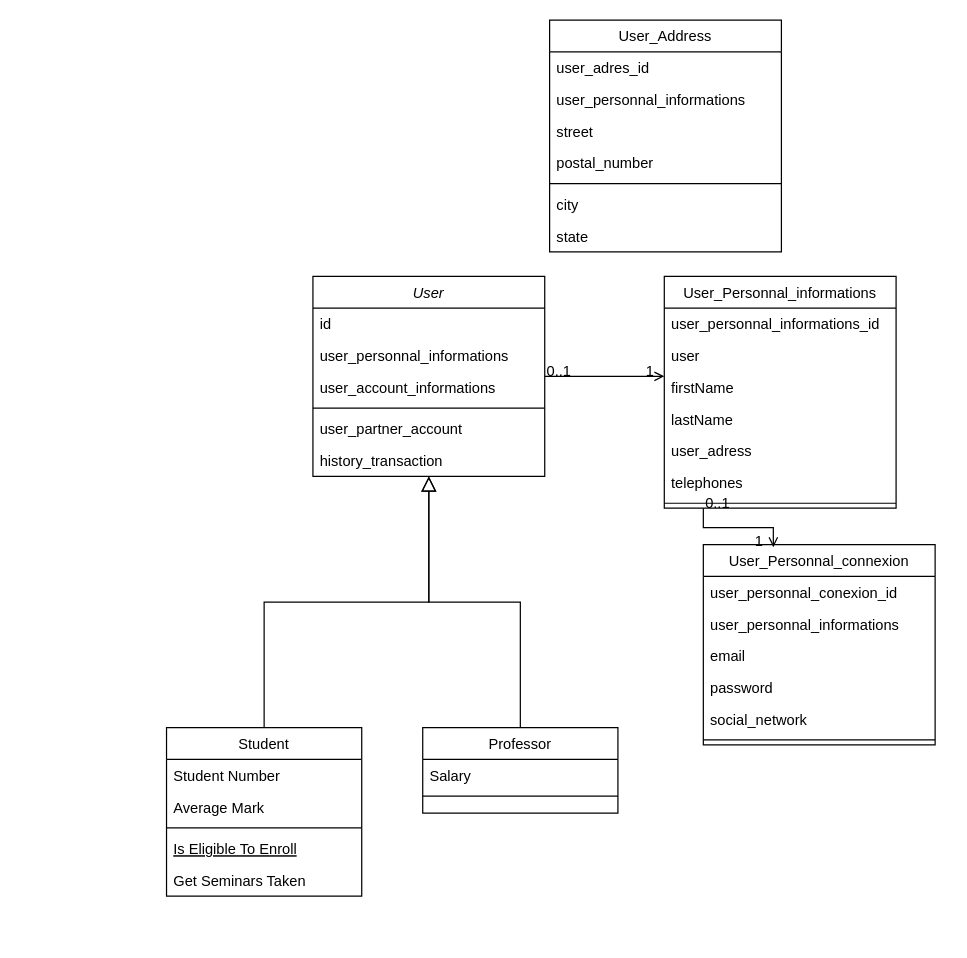
Above: Untitled Diagram.drawio in jojodev77/p6 (draw.io), before the change. Source tidied: cells renumbered, new cells numbered last; positions are measured from the earlier drawing's top-left corner, leaving out a move shared by most shapes. Both pictures are drawn from the tidied source at 122%, with x=0, y=0 at pixel (166, 20).
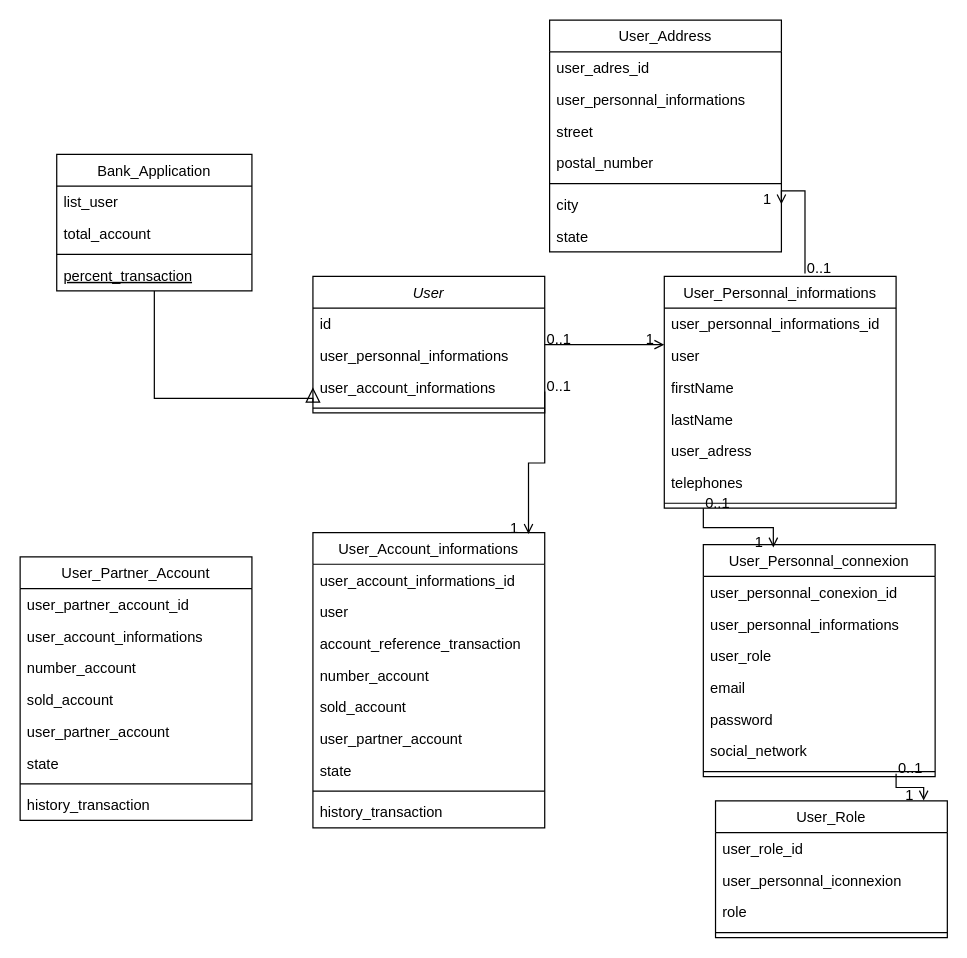
After the change.

Unchanged cells that the change refers to:
```xml
<mxCell id="5" value="user_account_informations" style="text;align=left;verticalAlign=top;spacingLeft=4;spacingRight=4;overflow=hidden;points=[[0,0.5],[1,0.5]];portConstraint=eastwest;rounded=0;shadow=0;html=0;" parent="2" vertex="1">
  <mxGeometry y="78" width="190" height="26" as="geometry" />
</mxCell>
<mxCell id="20" value="User_Personnal_informations" style="swimlane;fontStyle=0;align=center;verticalAlign=top;horizontal=1;startSize=26;rounded=0;shadow=0;strokeWidth=1;" parent="1" vertex="1">
  <mxGeometry x="408" y="210" width="190" height="190" as="geometry" />
</mxCell>
<mxCell id="47" value="city" style="text;align=left;verticalAlign=top;spacingLeft=4;spacingRight=4;overflow=hidden;points=[[0,0.5],[1,0.5]];portConstraint=eastwest;rounded=0;shadow=0;html=0;" parent="41" vertex="1">
  <mxGeometry y="138" width="190" height="26" as="geometry" />
</mxCell>
```

Change to the diagram source:
```diff
@@
     <mxCell id="2" value="User" style="swimlane;fontStyle=2;align=center;verticalAlign=top;horizontal=1;startSize=26;rounded=0;shadow=0;strokeWidth=1;" parent="1" vertex="1">
-      <mxGeometry x="120" y="210" width="190" height="164" as="geometry" />
+      <mxGeometry x="120" y="210" width="190" height="112" as="geometry" />
     </mxCell>
@@
-    <mxCell id="7" value="user_partner_account" style="text;align=left;verticalAlign=top;spacingLeft=4;spacingRight=4;overflow=hidden;" parent="2" vertex="1">
-      <mxGeometry y="112" width="190" height="26" as="geometry" />
-    </mxCell>
-    <mxCell id="8" value="history_transaction" style="text;align=left;verticalAlign=top;spacingLeft=4;spacingRight=4;overflow=hidden;" parent="2" vertex="1">
-      <mxGeometry y="138" width="190" height="26" as="geometry" />
-    </mxCell>
-    <mxCell id="9" value="Student" style="swimlane;fontStyle=0;align=center;verticalAlign=top;horizontal=1;startSize=26;rounded=0;shadow=0;strokeWidth=1;" parent="1" vertex="1">
-      <mxGeometry y="580" width="160" height="138" as="geometry" />
+    <mxCell id="9" value="Bank_Application" style="swimlane;fontStyle=0;align=center;verticalAlign=top;horizontal=1;startSize=26;rounded=0;shadow=0;strokeWidth=1;" parent="1" vertex="1">
+      <mxGeometry x="-90" y="110" width="160" height="112" as="geometry" />
     </mxCell>
-    <mxCell id="10" value="Student Number" style="text;align=left;verticalAlign=top;spacingLeft=4;spacingRight=4;overflow=hidden;" parent="9" vertex="1">
+    <mxCell id="10" value="list_user" style="text;align=left;verticalAlign=top;spacingLeft=4;spacingRight=4;overflow=hidden;" parent="9" vertex="1">
       <mxGeometry y="26" width="160" height="26" as="geometry" />
     </mxCell>
-    <mxCell id="11" value="Average Mark" style="text;align=left;verticalAlign=top;spacingLeft=4;spacingRight=4;overflow=hidden;rounded=0;shadow=0;html=0;" parent="9" vertex="1">
+    <mxCell id="11" value="total_account" style="text;align=left;verticalAlign=top;spacingLeft=4;spacingRight=4;overflow=hidden;rounded=0;shadow=0;html=0;" parent="9" vertex="1">
       <mxGeometry y="52" width="160" height="26" as="geometry" />
     </mxCell>
@@
-    <mxCell id="13" value="Is Eligible To Enroll" style="text;align=left;verticalAlign=top;spacingLeft=4;spacingRight=4;overflow=hidden;fontStyle=4;" parent="9" vertex="1">
+    <mxCell id="13" value="percent_transaction" style="text;align=left;verticalAlign=top;spacingLeft=4;spacingRight=4;overflow=hidden;fontStyle=4;" parent="9" vertex="1">
       <mxGeometry y="86" width="160" height="26" as="geometry" />
     </mxCell>
-    <mxCell id="14" value="Get Seminars Taken" style="text;align=left;verticalAlign=top;spacingLeft=4;spacingRight=4;overflow=hidden;" parent="9" vertex="1">
-      <mxGeometry y="112" width="160" height="26" as="geometry" />
-    </mxCell>
-    <mxCell id="15" style="endArrow=block;endSize=10;endFill=0;shadow=0;strokeWidth=1;rounded=0;edgeStyle=elbowEdgeStyle;elbow=vertical;" parent="1" edge="1" source="9" target="2">
-      <mxGeometry relative="1" as="geometry" />
+    <mxCell id="15" style="endArrow=block;endSize=10;endFill=0;shadow=0;strokeWidth=1;rounded=0;edgeStyle=elbowEdgeStyle;elbow=vertical;entryX=0;entryY=0.5;entryDx=0;entryDy=0;" parent="1" edge="1" source="9" target="5">
+      <mxGeometry relative="1" as="geometry">
+        <Array as="points">
+          <mxPoint x="90" y="310" />
+          <mxPoint x="170" y="510" />
+        </Array>
+      </mxGeometry>
     </mxCell>
-    <mxCell id="16" value="Professor" style="swimlane;fontStyle=0;align=center;verticalAlign=top;horizontal=1;startSize=26;rounded=0;shadow=0;strokeWidth=1;" parent="1" vertex="1">
-      <mxGeometry x="210" y="580" width="160" height="70" as="geometry" />
-    </mxCell>
-    <mxCell id="17" value="Salary" style="text;align=left;verticalAlign=top;spacingLeft=4;spacingRight=4;overflow=hidden;" parent="16" vertex="1">
-      <mxGeometry y="26" width="160" height="26" as="geometry" />
-    </mxCell>
-    <mxCell id="18" style="line;html=1;strokeWidth=1;align=left;verticalAlign=middle;spacingTop=-1;spacingLeft=3;spacingRight=3;labelPosition=right;" parent="16" vertex="1">
-      <mxGeometry y="52" width="160" height="8" as="geometry" />
-    </mxCell>
-    <mxCell id="19" style="endArrow=block;endSize=10;endFill=0;shadow=0;strokeWidth=1;rounded=0;edgeStyle=elbowEdgeStyle;elbow=vertical;" parent="1" edge="1" source="16" target="2">
-      <mxGeometry relative="1" as="geometry" />
-    </mxCell>
@@
     <mxCell id="31" value="User_Personnal_connexion" style="swimlane;fontStyle=0;align=center;verticalAlign=top;horizontal=1;startSize=26;rounded=0;shadow=0;strokeWidth=1;" parent="1" vertex="1">
-      <mxGeometry x="440" y="430" width="190" height="164" as="geometry" />
+      <mxGeometry x="440" y="430" width="190" height="190" as="geometry" />
     </mxCell>
@@
+    <mxCell id="49" value="user_role" style="text;align=left;verticalAlign=top;spacingLeft=4;spacingRight=4;overflow=hidden;rounded=0;shadow=0;html=0;" parent="31" vertex="1">
+      <mxGeometry y="78" width="190" height="26" as="geometry" />
+    </mxCell>
     <mxCell id="34" value="email" style="text;align=left;verticalAlign=top;spacingLeft=4;spacingRight=4;overflow=hidden;rounded=0;shadow=0;html=0;" parent="31" vertex="1">
-      <mxGeometry y="78" width="190" height="26" as="geometry" />
+      <mxGeometry y="104" width="190" height="26" as="geometry" />
     </mxCell>
     <mxCell id="35" value="password" style="text;align=left;verticalAlign=top;spacingLeft=4;spacingRight=4;overflow=hidden;rounded=0;shadow=0;html=0;" parent="31" vertex="1">
-      <mxGeometry y="104" width="190" height="26" as="geometry" />
+      <mxGeometry y="130" width="190" height="26" as="geometry" />
     </mxCell>
     <mxCell id="36" value="social_network" style="text;align=left;verticalAlign=top;spacingLeft=4;spacingRight=4;overflow=hidden;rounded=0;shadow=0;html=0;" parent="31" vertex="1">
-      <mxGeometry y="130" width="190" height="26" as="geometry" />
+      <mxGeometry y="156" width="190" height="26" as="geometry" />
     </mxCell>
     <mxCell id="37" style="line;html=1;strokeWidth=1;align=left;verticalAlign=middle;spacingTop=-1;spacingLeft=3;spacingRight=3;labelPosition=right;" parent="31" vertex="1">
-      <mxGeometry y="156" width="190" height="8" as="geometry" />
+      <mxGeometry y="182" width="190" height="8" as="geometry" />
     </mxCell>
@@
+    <mxCell id="50" style="endArrow=open;shadow=0;strokeWidth=1;rounded=0;endFill=1;edgeStyle=elbowEdgeStyle;elbow=vertical;entryX=1;entryY=0.5;entryDx=0;entryDy=0;exitX=0.607;exitY=-0.012;exitDx=0;exitDy=0;exitPerimeter=0;" parent="1" edge="1" source="20" target="47">
+      <mxGeometry x="0.5" y="41" relative="1" as="geometry">
+        <Array as="points">
+          <mxPoint x="570" y="140" />
+          <mxPoint x="510" y="120" />
+          <mxPoint x="504" y="160" />
+        </Array>
+        <mxPoint x="-40" y="32" as="offset" />
+      </mxGeometry>
+    </mxCell>
+    <mxCell id="51" value="0..1" style="align=left;verticalAlign=bottom;labelBackgroundColor=none;fontSize=12;" parent="50" vertex="1">
+      <mxGeometry x="-1" relative="1" as="geometry">
+        <mxPoint y="4" as="offset" />
+      </mxGeometry>
+    </mxCell>
+    <mxCell id="52" value="1" style="align=right;verticalAlign=bottom;labelBackgroundColor=none;fontSize=12;" parent="50" vertex="1">
+      <mxGeometry x="1" relative="1" as="geometry">
+        <mxPoint x="-7" y="4" as="offset" />
+      </mxGeometry>
+    </mxCell>
+    <mxCell id="53" value="User_Role" style="swimlane;fontStyle=0;align=center;verticalAlign=top;horizontal=1;startSize=26;rounded=0;shadow=0;strokeWidth=1;" parent="1" vertex="1">
+      <mxGeometry x="450" y="640" width="190" height="112" as="geometry" />
+    </mxCell>
+    <mxCell id="54" value="user_role_id" style="text;align=left;verticalAlign=top;spacingLeft=4;spacingRight=4;overflow=hidden;" parent="53" vertex="1">
+      <mxGeometry y="26" width="190" height="26" as="geometry" />
+    </mxCell>
+    <mxCell id="55" value="user_personnal_iconnexion" style="text;align=left;verticalAlign=top;spacingLeft=4;spacingRight=4;overflow=hidden;rounded=0;shadow=0;html=0;" parent="53" vertex="1">
+      <mxGeometry y="52" width="190" height="26" as="geometry" />
+    </mxCell>
+    <mxCell id="56" value="role" style="text;align=left;verticalAlign=top;spacingLeft=4;spacingRight=4;overflow=hidden;rounded=0;shadow=0;html=0;" parent="53" vertex="1">
+      <mxGeometry y="78" width="190" height="26" as="geometry" />
+    </mxCell>
+    <mxCell id="57" style="line;html=1;strokeWidth=1;align=left;verticalAlign=middle;spacingTop=-1;spacingLeft=3;spacingRight=3;labelPosition=right;" parent="53" vertex="1">
+      <mxGeometry y="104" width="190" height="8" as="geometry" />
+    </mxCell>
+    <mxCell id="58" style="endArrow=open;shadow=0;strokeWidth=1;rounded=0;endFill=1;edgeStyle=elbowEdgeStyle;elbow=vertical;entryX=0.898;entryY=-0.003;entryDx=0;entryDy=0;entryPerimeter=0;" parent="1" edge="1" target="53">
+      <mxGeometry x="0.5" y="41" relative="1" as="geometry">
+        <mxPoint x="598" y="617.7" as="sourcePoint" />
+        <mxPoint x="-40" y="32" as="offset" />
+      </mxGeometry>
+    </mxCell>
+    <mxCell id="59" value="0..1" style="align=left;verticalAlign=bottom;labelBackgroundColor=none;fontSize=12;" parent="58" vertex="1">
+      <mxGeometry x="-1" relative="1" as="geometry">
+        <mxPoint y="4" as="offset" />
+      </mxGeometry>
+    </mxCell>
+    <mxCell id="60" value="1" style="align=right;verticalAlign=bottom;labelBackgroundColor=none;fontSize=12;" parent="58" vertex="1">
+      <mxGeometry x="1" relative="1" as="geometry">
+        <mxPoint x="-7" y="4" as="offset" />
+      </mxGeometry>
+    </mxCell>
+    <mxCell id="61" value="User_Account_informations" style="swimlane;fontStyle=0;align=center;verticalAlign=top;horizontal=1;startSize=26;rounded=0;shadow=0;strokeWidth=1;" parent="1" vertex="1">
+      <mxGeometry x="120" y="420" width="190" height="242" as="geometry" />
+    </mxCell>
+    <mxCell id="62" value="user_account_informations_id" style="text;align=left;verticalAlign=top;spacingLeft=4;spacingRight=4;overflow=hidden;" parent="61" vertex="1">
+      <mxGeometry y="26" width="190" height="26" as="geometry" />
+    </mxCell>
+    <mxCell id="63" value="user" style="text;align=left;verticalAlign=top;spacingLeft=4;spacingRight=4;overflow=hidden;rounded=0;shadow=0;html=0;" parent="61" vertex="1">
+      <mxGeometry y="52" width="190" height="26" as="geometry" />
+    </mxCell>
+    <mxCell id="64" value="account_reference_transaction" style="text;align=left;verticalAlign=top;spacingLeft=4;spacingRight=4;overflow=hidden;rounded=0;shadow=0;html=0;" parent="61" vertex="1">
+      <mxGeometry y="78" width="190" height="26" as="geometry" />
+    </mxCell>
+    <mxCell id="65" value="number_account" style="text;align=left;verticalAlign=top;spacingLeft=4;spacingRight=4;overflow=hidden;rounded=0;shadow=0;html=0;" parent="61" vertex="1">
+      <mxGeometry y="104" width="190" height="26" as="geometry" />
+    </mxCell>
+    <mxCell id="66" value="sold_account" style="text;align=left;verticalAlign=top;spacingLeft=4;spacingRight=4;overflow=hidden;rounded=0;shadow=0;html=0;" parent="61" vertex="1">
+      <mxGeometry y="130" width="190" height="26" as="geometry" />
+    </mxCell>
+    <mxCell id="67" value="user_partner_account" style="text;align=left;verticalAlign=top;spacingLeft=4;spacingRight=4;overflow=hidden;rounded=0;shadow=0;html=0;" parent="61" vertex="1">
+      <mxGeometry y="156" width="190" height="26" as="geometry" />
+    </mxCell>
+    <mxCell id="68" value="state" style="text;align=left;verticalAlign=top;spacingLeft=4;spacingRight=4;overflow=hidden;rounded=0;shadow=0;html=0;" parent="61" vertex="1">
+      <mxGeometry y="182" width="190" height="26" as="geometry" />
+    </mxCell>
+    <mxCell id="69" style="line;html=1;strokeWidth=1;align=left;verticalAlign=middle;spacingTop=-1;spacingLeft=3;spacingRight=3;labelPosition=right;" parent="61" vertex="1">
+      <mxGeometry y="208" width="190" height="8" as="geometry" />
+    </mxCell>
+    <mxCell id="70" value="history_transaction" style="text;align=left;verticalAlign=top;spacingLeft=4;spacingRight=4;overflow=hidden;rounded=0;shadow=0;html=0;" parent="61" vertex="1">
+      <mxGeometry y="216" width="190" height="26" as="geometry" />
+    </mxCell>
+    <mxCell id="71" style="endArrow=open;shadow=0;strokeWidth=1;rounded=0;endFill=1;edgeStyle=elbowEdgeStyle;elbow=vertical;entryX=0.93;entryY=0.005;entryDx=0;entryDy=0;entryPerimeter=0;" parent="1" edge="1" target="61">
+      <mxGeometry x="0.5" y="41" relative="1" as="geometry">
+        <mxPoint x="310" y="304.5" as="sourcePoint" />
+        <mxPoint x="-40" y="32" as="offset" />
+      </mxGeometry>
+    </mxCell>
+    <mxCell id="72" value="0..1" style="align=left;verticalAlign=bottom;labelBackgroundColor=none;fontSize=12;" parent="71" vertex="1">
+      <mxGeometry x="-1" relative="1" as="geometry">
+        <mxPoint y="4" as="offset" />
+      </mxGeometry>
+    </mxCell>
+    <mxCell id="73" value="1" style="align=right;verticalAlign=bottom;labelBackgroundColor=none;fontSize=12;" parent="71" vertex="1">
+      <mxGeometry x="1" relative="1" as="geometry">
+        <mxPoint x="-7" y="4" as="offset" />
+      </mxGeometry>
+    </mxCell>
+    <mxCell id="74" value="User_Partner_Account" style="swimlane;fontStyle=0;align=center;verticalAlign=top;horizontal=1;startSize=26;rounded=0;shadow=0;strokeWidth=1;" parent="1" vertex="1">
+      <mxGeometry x="-120" y="440" width="190" height="216" as="geometry" />
+    </mxCell>
+    <mxCell id="75" value="user_partner_account_id" style="text;align=left;verticalAlign=top;spacingLeft=4;spacingRight=4;overflow=hidden;" parent="74" vertex="1">
+      <mxGeometry y="26" width="190" height="26" as="geometry" />
+    </mxCell>
+    <mxCell id="76" value="user_account_informations" style="text;align=left;verticalAlign=top;spacingLeft=4;spacingRight=4;overflow=hidden;rounded=0;shadow=0;html=0;" parent="74" vertex="1">
+      <mxGeometry y="52" width="190" height="26" as="geometry" />
+    </mxCell>
+    <mxCell id="77" value="number_account" style="text;align=left;verticalAlign=top;spacingLeft=4;spacingRight=4;overflow=hidden;rounded=0;shadow=0;html=0;" parent="74" vertex="1">
+      <mxGeometry y="78" width="190" height="26" as="geometry" />
+    </mxCell>
+    <mxCell id="78" value="sold_account" style="text;align=left;verticalAlign=top;spacingLeft=4;spacingRight=4;overflow=hidden;rounded=0;shadow=0;html=0;" parent="74" vertex="1">
+      <mxGeometry y="104" width="190" height="26" as="geometry" />
+    </mxCell>
+    <mxCell id="79" value="user_partner_account" style="text;align=left;verticalAlign=top;spacingLeft=4;spacingRight=4;overflow=hidden;rounded=0;shadow=0;html=0;" parent="74" vertex="1">
+      <mxGeometry y="130" width="190" height="26" as="geometry" />
+    </mxCell>
+    <mxCell id="80" value="state" style="text;align=left;verticalAlign=top;spacingLeft=4;spacingRight=4;overflow=hidden;rounded=0;shadow=0;html=0;" parent="74" vertex="1">
+      <mxGeometry y="156" width="190" height="26" as="geometry" />
+    </mxCell>
+    <mxCell id="81" style="line;html=1;strokeWidth=1;align=left;verticalAlign=middle;spacingTop=-1;spacingLeft=3;spacingRight=3;labelPosition=right;" parent="74" vertex="1">
+      <mxGeometry y="182" width="190" height="8" as="geometry" />
+    </mxCell>
+    <mxCell id="82" value="history_transaction" style="text;align=left;verticalAlign=top;spacingLeft=4;spacingRight=4;overflow=hidden;rounded=0;shadow=0;html=0;" parent="74" vertex="1">
+      <mxGeometry y="190" width="190" height="26" as="geometry" />
+    </mxCell>
```
